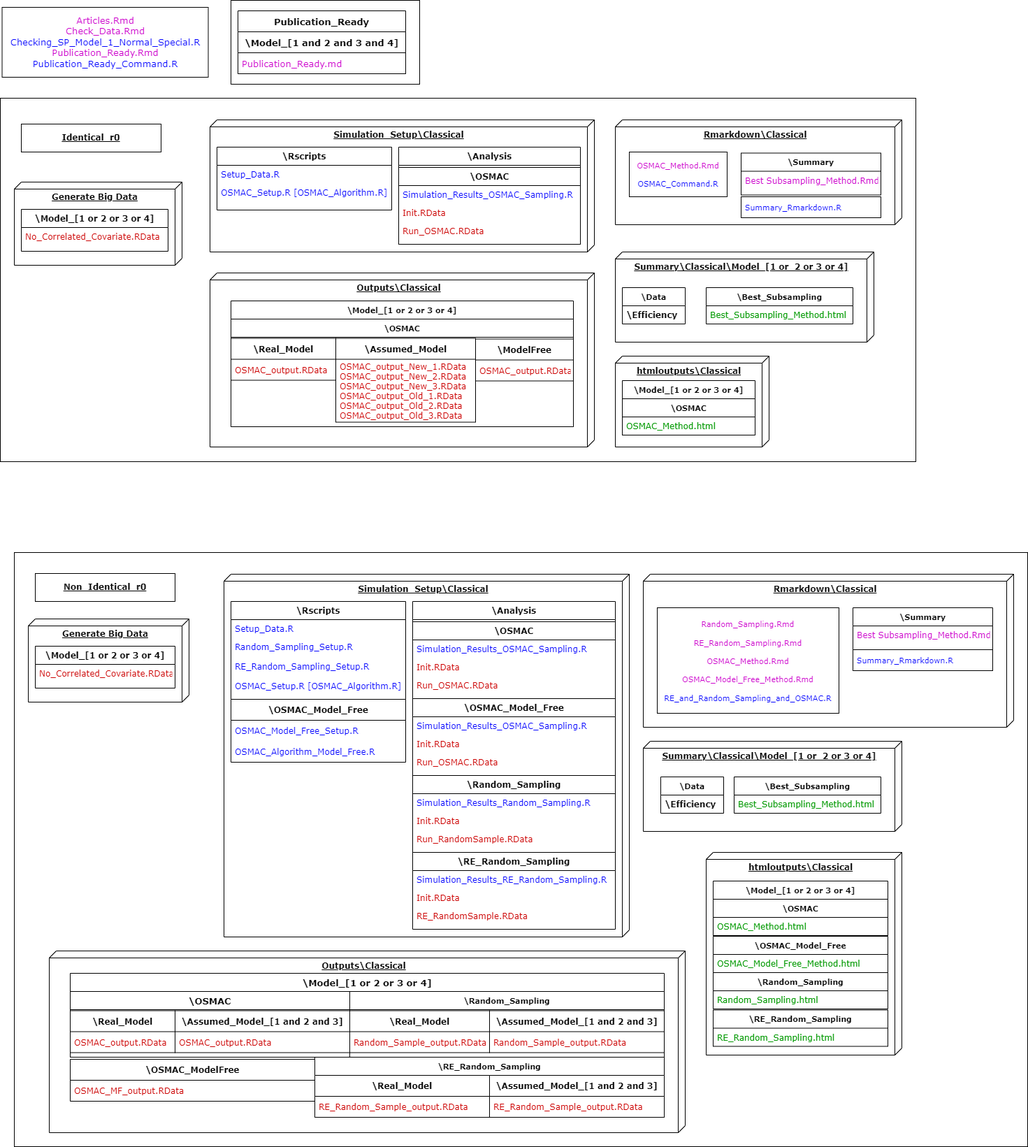
Earlier version of the draw.io export Images/FullDiagram.png (Amalan-ConStat/RS_OS_MROS_LR_TwoVar_Exponential). Source tidied: cells renumbered, new cells last; positions are measured from the earlier drawing's top-left corner, leaving out a move shared by most shapes.
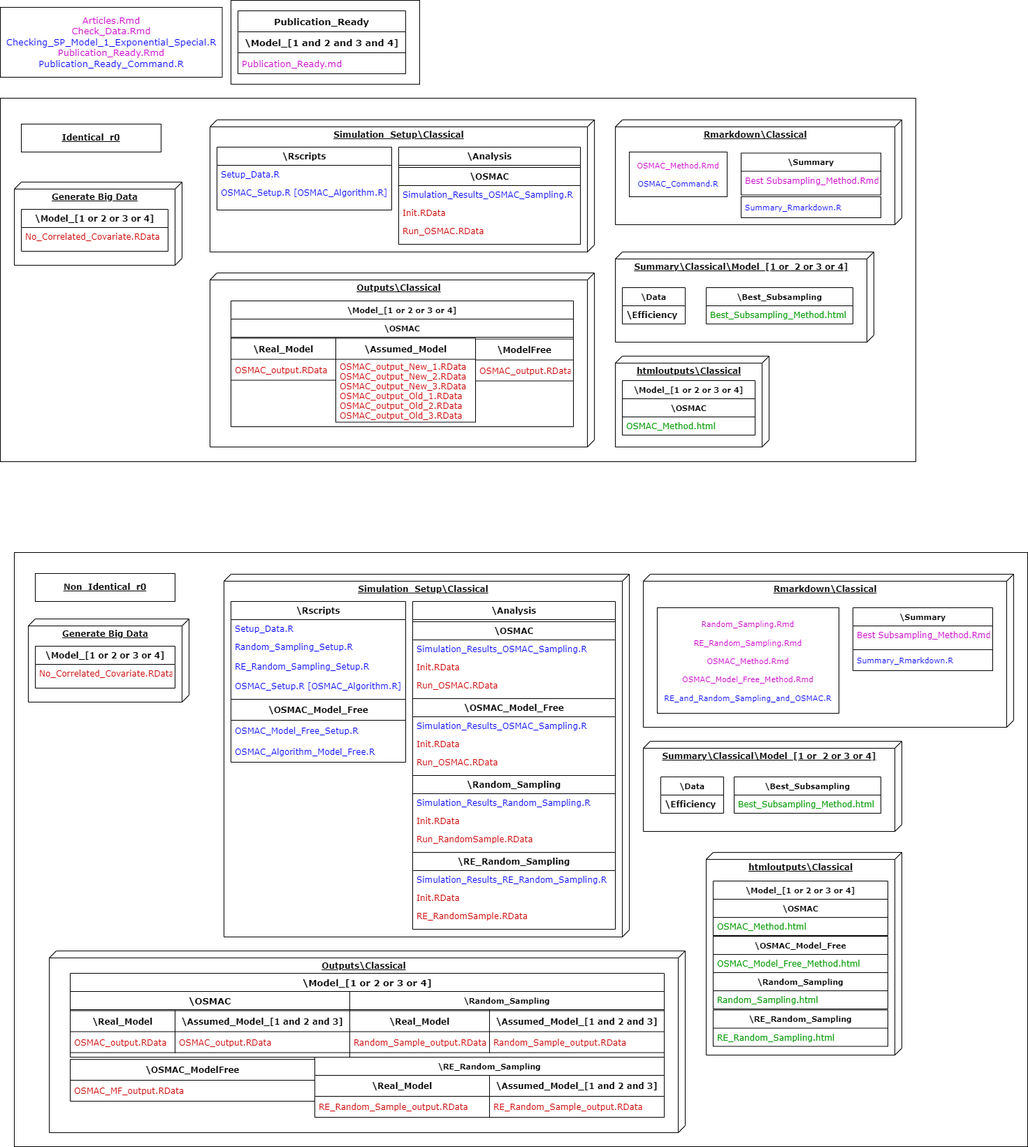
After the commit.

Commit message:
updated manual with Full diagram for spelling mistakes

Change to the diagram source:
```diff
@@ -320,8 +320,8 @@
     <mxCell id="107" value="RE_Random_Sampling.html" style="text;strokeColor=none;fillColor=none;align=left;verticalAlign=top;spacingLeft=4;spacingRight=4;overflow=hidden;fontColor=#009900;fontFamily=Verdana;" parent="106" vertex="1">
       <mxGeometry y="26" width="250" height="26" as="geometry" />
     </mxCell>
-    <mxCell id="108" value="&lt;font style=&quot;font-size: 13px&quot;&gt;&lt;font color=&quot;#cc00cc&quot; style=&quot;font-size: 13px&quot;&gt;Articles.Rmd&lt;br&gt;Check_Data.Rmd&lt;/font&gt;&lt;br&gt;&lt;font style=&quot;font-size: 13px&quot;&gt;Checking_SP_Model_1_Normal_Special.R&lt;/font&gt;&lt;br&gt;&lt;font color=&quot;#cc00cc&quot; style=&quot;font-size: 13px&quot;&gt;Publication_Ready.Rmd&lt;/font&gt;&lt;br&gt;&lt;font style=&quot;font-size: 13px&quot;&gt;Publication_Ready_Command.R&lt;/font&gt;&lt;/font&gt;" style="rounded=0;whiteSpace=wrap;html=1;fontFamily=Verdana;fontSize=13;fontColor=#0000FF;" parent="1" vertex="1">
-      <mxGeometry x="2.5" y="10" width="295" height="100" as="geometry" />
+    <mxCell id="108" value="&lt;font style=&quot;font-size: 13px&quot;&gt;&lt;font color=&quot;#cc00cc&quot; style=&quot;font-size: 13px&quot;&gt;Articles.Rmd&lt;br&gt;Check_Data.Rmd&lt;/font&gt;&lt;br&gt;&lt;font style=&quot;font-size: 13px&quot;&gt;Checking_SP_Model_1_Exponential_Special.R&lt;/font&gt;&lt;br&gt;&lt;font color=&quot;#cc00cc&quot; style=&quot;font-size: 13px&quot;&gt;Publication_Ready.Rmd&lt;/font&gt;&lt;br&gt;&lt;font style=&quot;font-size: 13px&quot;&gt;Publication_Ready_Command.R&lt;/font&gt;&lt;/font&gt;" style="rounded=0;whiteSpace=wrap;html=1;fontFamily=Verdana;fontSize=13;fontColor=#0000FF;" parent="1" vertex="1">
+      <mxGeometry y="10" width="317.5" height="100" as="geometry" />
     </mxCell>
     <mxCell id="109" value="Publication_Ready" style="swimlane;fontStyle=1;horizontal=1;startSize=30;fontFamily=Verdana;fontSize=13;fontColor=#000000;" parent="1" vertex="1">
       <mxGeometry x="340" y="15" width="240" height="90" as="geometry" />
```
